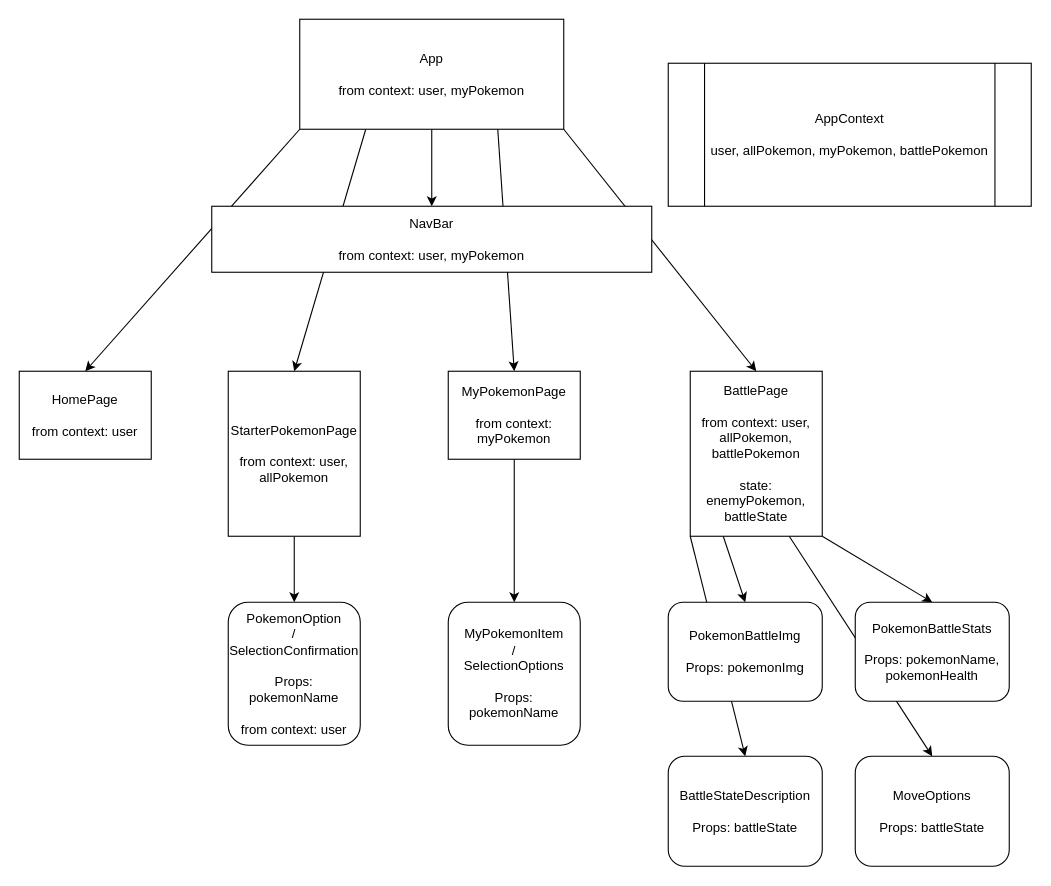
Before: planningStuff/FrontendComponents.dio in arnquic/unit3SoloProject-Frontend, a draw.io diagram. Source tidied: cells renumbered, new cells numbered last; positions are measured from the earlier drawing's top-left corner, leaving out a move shared by most shapes. Both pictures are drawn from the tidied source at 110%, with x=0, y=0 at pixel (19, 19).
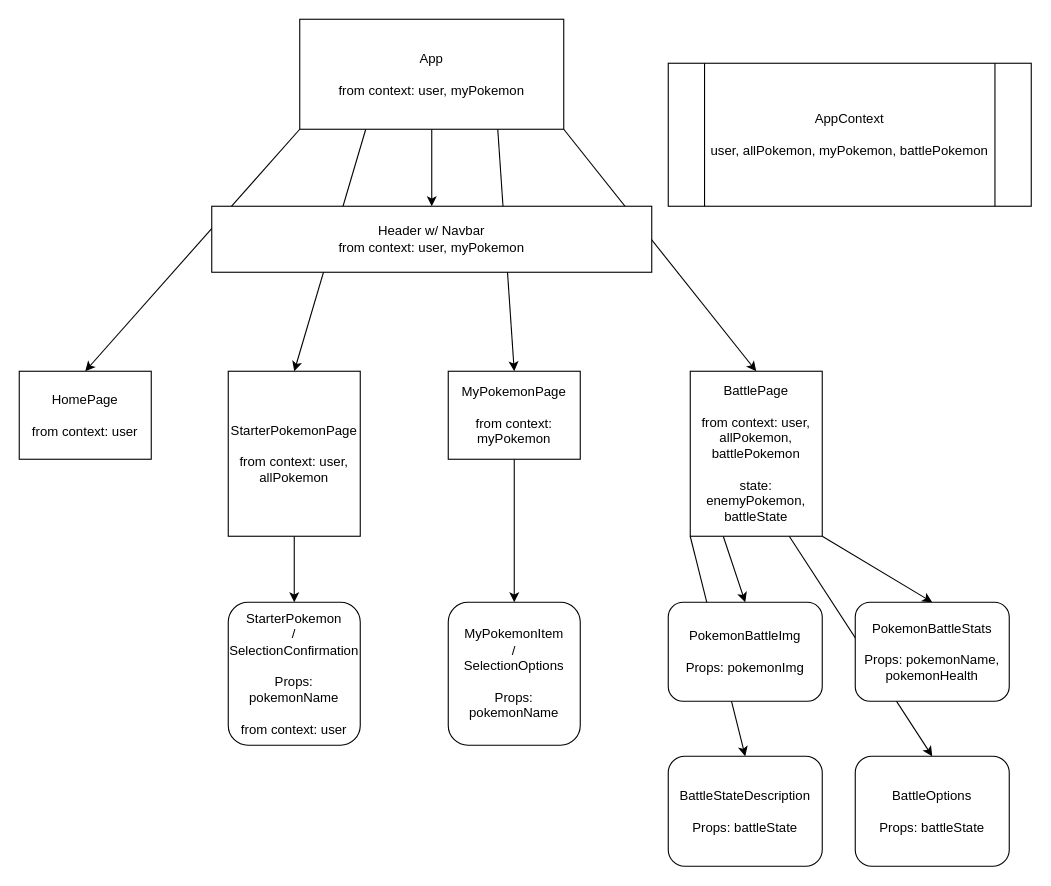
Above is the later version.

Diff of the diagram source:
```diff
@@
-    <mxCell id="10" value="NavBar&lt;br&gt;&lt;br&gt;from context: user, myPokemon" style="rounded=0;whiteSpace=wrap;html=1;" parent="1" vertex="1">
+    <mxCell id="10" value="Header w/ Navbar&lt;br&gt;from context: user, myPokemon" style="rounded=0;whiteSpace=wrap;html=1;" parent="1" vertex="1">
       <mxGeometry x="175" y="170" width="400" height="60" as="geometry" />
     </mxCell>
@@
-    <mxCell id="20" value="PokemonOption&lt;br&gt;/&lt;br&gt;SelectionConfirmation&lt;br&gt;&lt;br&gt;Props: pokemonName&lt;br&gt;&lt;br&gt;from context: user" style="rounded=1;whiteSpace=wrap;html=1;" parent="1" vertex="1">
+    <mxCell id="20" value="StarterPokemon&lt;br&gt;/&lt;br&gt;SelectionConfirmation&lt;br&gt;&lt;br&gt;Props: pokemonName&lt;br&gt;&lt;br&gt;from context: user" style="rounded=1;whiteSpace=wrap;html=1;" parent="1" vertex="1">
       <mxGeometry x="190" y="530" width="120" height="130" as="geometry" />
     </mxCell>
@@
-    <mxCell id="25" value="MoveOptions&lt;br&gt;&lt;br&gt;Props: battleState" style="rounded=1;whiteSpace=wrap;html=1;" parent="1" vertex="1">
+    <mxCell id="25" value="BattleOptions&lt;br&gt;&lt;br&gt;Props: battleState" style="rounded=1;whiteSpace=wrap;html=1;" parent="1" vertex="1">
       <mxGeometry x="760" y="670" width="140" height="100" as="geometry" />
     </mxCell>
```
